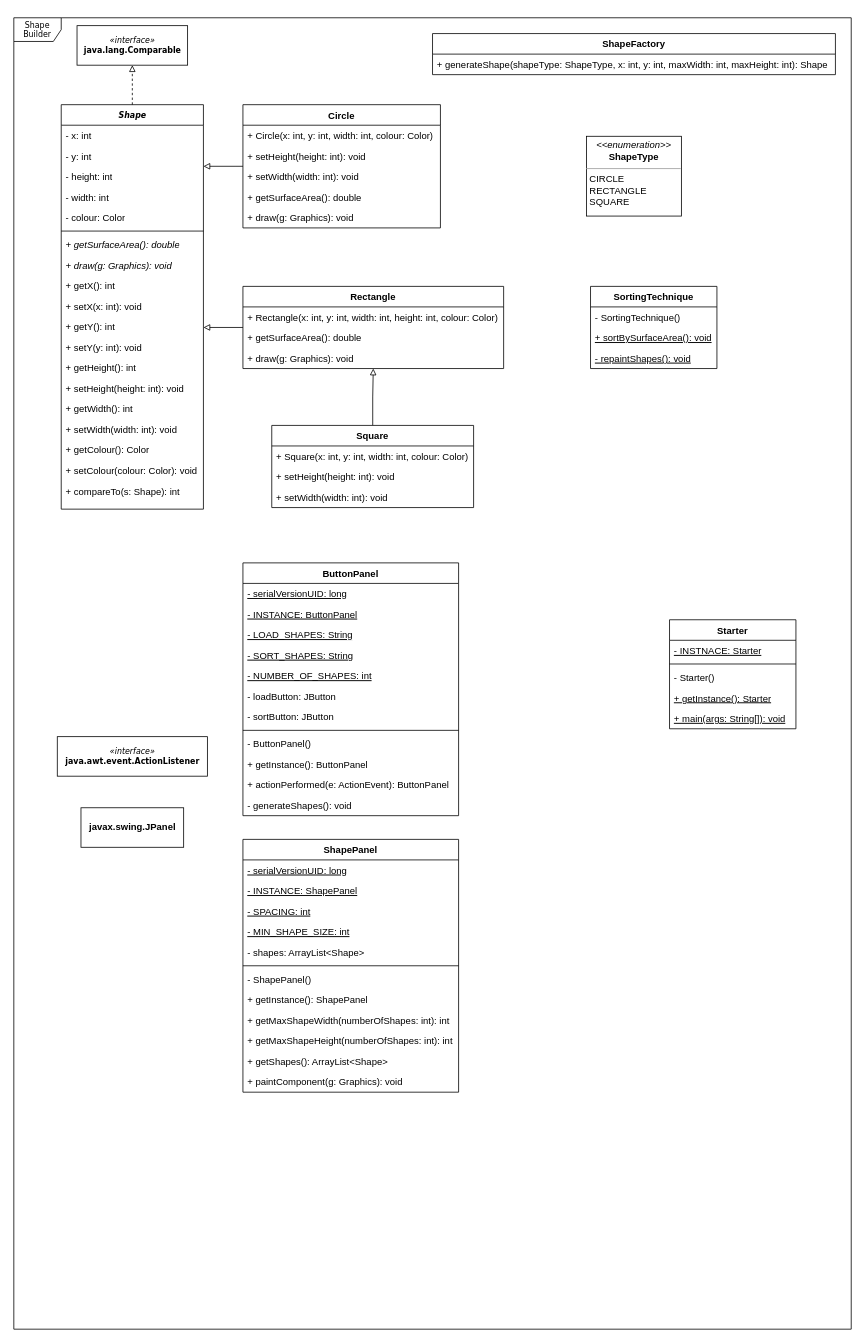
Earlier version of the draw.io diagram src/shapebuilder/Untitled Diagram.drawio (AndrewHocking/EECS-3311). Source tidied: cells renumbered, new cells numbered last; positions are measured from the earlier drawing's top-left corner, leaving out a move shared by most shapes. Both pictures are drawn from the tidied source at 79%, with x=0, y=0 at pixel (13, 17).
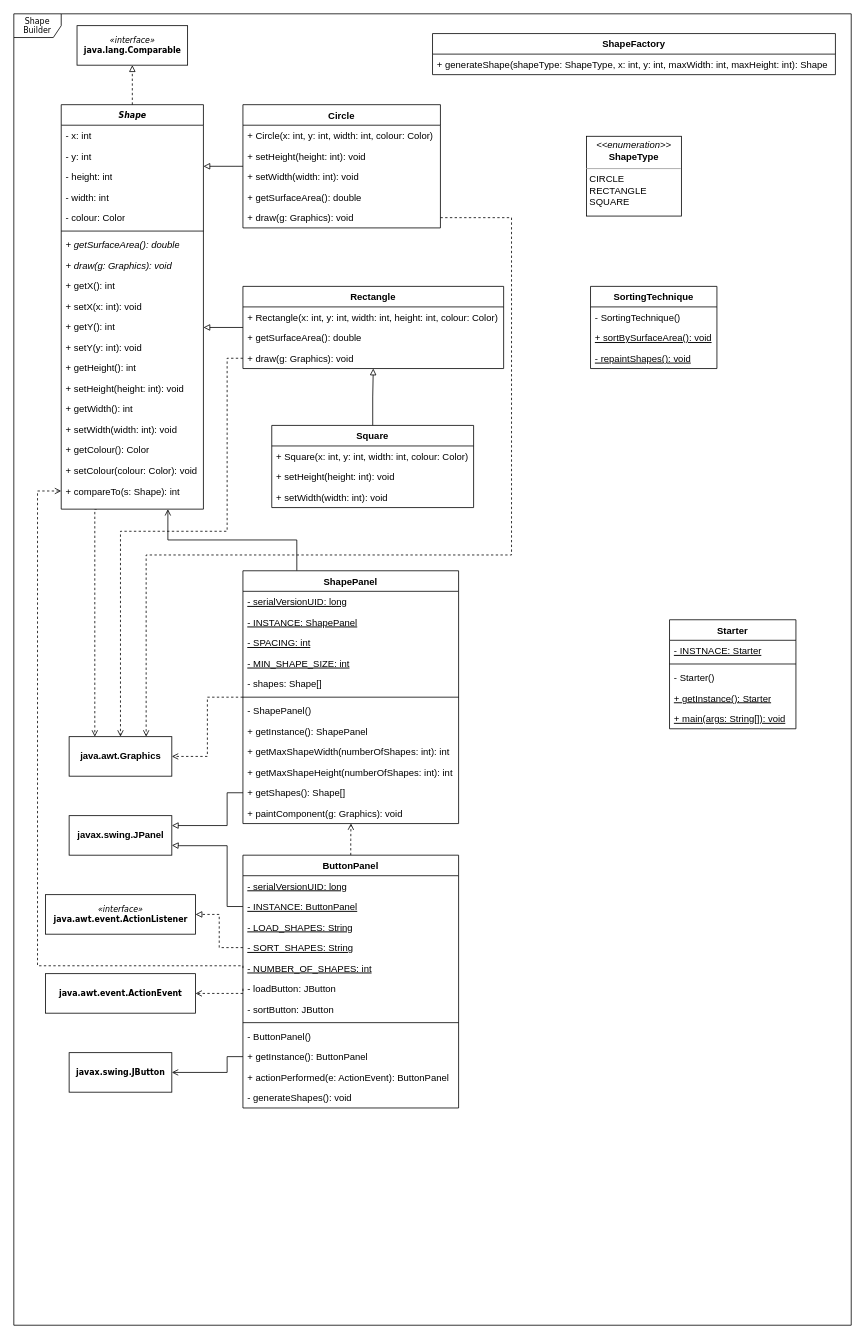
Above is the later version.

Commit message:
Connected the Panel classes in the class diagram

Unchanged cells that the change refers to:
```xml
<mxCell id="4" value="&lt;b&gt;&lt;i&gt;Shape&lt;/i&gt;&lt;/b&gt;" style="swimlane;html=1;fontStyle=0;horizontal=1;startSize=26;fillColor=none;swimlaneFillColor=#ffffff;rounded=0;shadow=0;comic=0;labelBackgroundColor=none;strokeWidth=1;fontFamily=Verdana;fontSize=10;align=center;" parent="1" vertex="1">
  <mxGeometry x="60" y="110" width="180" height="512" as="geometry" />
</mxCell>
<mxCell id="23" value="+ compareTo(s: Shape): int" style="text;strokeColor=none;fillColor=none;align=left;verticalAlign=top;spacingLeft=4;spacingRight=4;overflow=hidden;points=[[0,0.5],[1,0.5]];portConstraint=eastwest;rounded=0;shadow=0;glass=0;sketch=0;" parent="4" vertex="1">
  <mxGeometry y="476" width="180" height="26" as="geometry" />
</mxCell>
<mxCell id="36" value="+ draw(g: Graphics): void" style="text;strokeColor=none;fillColor=none;align=left;verticalAlign=top;spacingLeft=4;spacingRight=4;overflow=hidden;points=[[0,0.5],[1,0.5]];portConstraint=eastwest;rounded=0;shadow=0;glass=0;sketch=0;fontStyle=0;" parent="31" vertex="1">
  <mxGeometry y="130" width="250" height="26" as="geometry" />
</mxCell>
<mxCell id="47" value="- INSTANCE: ButtonPanel" style="text;strokeColor=none;fillColor=none;align=left;verticalAlign=top;spacingLeft=4;spacingRight=4;overflow=hidden;points=[[0,0.5],[1,0.5]];portConstraint=eastwest;rounded=0;shadow=0;glass=0;sketch=0;fontStyle=4;" parent="45" vertex="1">
  <mxGeometry y="52" width="273" height="26" as="geometry" />
</mxCell>
<mxCell id="49" value="- SORT_SHAPES: String" style="text;strokeColor=none;fillColor=none;align=left;verticalAlign=top;spacingLeft=4;spacingRight=4;overflow=hidden;points=[[0,0.5],[1,0.5]];portConstraint=eastwest;rounded=0;shadow=0;glass=0;sketch=0;fontStyle=4;" parent="45" vertex="1">
  <mxGeometry y="104" width="273" height="26" as="geometry" />
</mxCell>
<mxCell id="50" value="- NUMBER_OF_SHAPES: int" style="text;strokeColor=none;fillColor=none;align=left;verticalAlign=top;spacingLeft=4;spacingRight=4;overflow=hidden;points=[[0,0.5],[1,0.5]];portConstraint=eastwest;rounded=0;shadow=0;glass=0;sketch=0;fontStyle=4;" parent="45" vertex="1">
  <mxGeometry y="130" width="273" height="26" as="geometry" />
</mxCell>
<mxCell id="51" value="- loadButton: JButton" style="text;strokeColor=none;fillColor=none;align=left;verticalAlign=top;spacingLeft=4;spacingRight=4;overflow=hidden;points=[[0,0.5],[1,0.5]];portConstraint=eastwest;rounded=0;shadow=0;glass=0;sketch=0;fontStyle=0;" parent="45" vertex="1">
  <mxGeometry y="156" width="273" height="26" as="geometry" />
</mxCell>
<mxCell id="55" value="+ getInstance(): ButtonPanel" style="text;strokeColor=none;fillColor=none;align=left;verticalAlign=top;spacingLeft=4;spacingRight=4;overflow=hidden;points=[[0,0.5],[1,0.5]];portConstraint=eastwest;rounded=0;shadow=0;glass=0;sketch=0;" parent="45" vertex="1">
  <mxGeometry y="242" width="273" height="26" as="geometry" />
</mxCell>
<mxCell id="70" value="+ paintComponent(g: Graphics): void" style="text;strokeColor=none;fillColor=none;align=left;verticalAlign=top;spacingLeft=4;spacingRight=4;overflow=hidden;points=[[0,0.5],[1,0.5]];portConstraint=eastwest;rounded=0;shadow=0;glass=0;sketch=0;" parent="58" vertex="1">
  <mxGeometry y="294" width="273" height="26" as="geometry" />
</mxCell>
```

Change to the diagram source:
```diff
@@
     <mxCell id="2" value="&lt;div&gt;Shape Builder&lt;/div&gt;" style="shape=umlFrame;whiteSpace=wrap;html=1;rounded=0;shadow=0;comic=0;labelBackgroundColor=none;strokeWidth=1;fontFamily=Verdana;fontSize=10;align=center;" parent="1" vertex="1">
-      <mxGeometry width="1060" height="1660" as="geometry" />
+      <mxGeometry y="-5" width="1060" height="1660" as="geometry" />
     </mxCell>
@@
+    <mxCell id="83" style="edgeStyle=orthogonalEdgeStyle;rounded=0;jettySize=auto;html=1;entryX=0.25;entryY=0;entryDx=0;entryDy=0;dashed=1;endArrow=open;endFill=0;exitX=0.25;exitY=1;exitDx=0;exitDy=0;" parent="1" edge="1" source="4" target="95">
+      <mxGeometry relative="1" as="geometry">
+        <Array as="points">
+          <mxPoint x="103" y="622" />
+        </Array>
+      </mxGeometry>
+    </mxCell>
@@
     <mxCell id="43" value="&lt;i&gt;«interface»&lt;/i&gt;&lt;br&gt;&lt;b&gt;java.awt.event.ActionListener&lt;/b&gt;" style="html=1;rounded=0;shadow=0;comic=0;labelBackgroundColor=none;strokeWidth=1;fontFamily=Verdana;fontSize=10;align=center;" parent="1" vertex="1">
-      <mxGeometry x="55" y="910" width="190" height="50" as="geometry" />
+      <mxGeometry x="40" y="1110" width="190" height="50" as="geometry" />
     </mxCell>
     <mxCell id="44" value="javax.swing.JPanel" style="html=1;rounded=0;shadow=0;glass=0;sketch=0;verticalAlign=middle;fontStyle=1;" parent="1" vertex="1">
-      <mxGeometry x="85" y="1000" width="130" height="50" as="geometry" />
+      <mxGeometry x="70" y="1010" width="130" height="50" as="geometry" />
     </mxCell>
+    <mxCell id="84" style="edgeStyle=orthogonalEdgeStyle;rounded=0;jettySize=auto;html=1;entryX=1;entryY=0.5;entryDx=0;entryDy=0;dashed=1;endArrow=block;endFill=0;exitX=0;exitY=0.5;exitDx=0;exitDy=0;" parent="1" edge="1" source="49" target="43">
+      <mxGeometry relative="1" as="geometry" />
+    </mxCell>
+    <mxCell id="85" style="edgeStyle=orthogonalEdgeStyle;rounded=0;jettySize=auto;html=1;entryX=1;entryY=0.25;entryDx=0;entryDy=0;endArrow=block;endFill=0;exitX=0;exitY=0.5;exitDx=0;exitDy=0;" parent="1" edge="1" source="69" target="44">
+      <mxGeometry relative="1" as="geometry">
+        <Array as="points">
+          <mxPoint x="270" y="981" />
+          <mxPoint x="270" y="1022" />
+        </Array>
+      </mxGeometry>
+    </mxCell>
+    <mxCell id="86" style="edgeStyle=orthogonalEdgeStyle;rounded=0;jettySize=auto;html=1;entryX=1;entryY=0.5;entryDx=0;entryDy=0;endArrow=open;endFill=0;dashed=1;exitX=0;exitY=0.5;exitDx=0;exitDy=0;" parent="1" edge="1" source="51" target="93">
+      <mxGeometry relative="1" as="geometry">
+        <Array as="points">
+          <mxPoint x="290" y="1235" />
+        </Array>
+      </mxGeometry>
+    </mxCell>
+    <mxCell id="87" style="edgeStyle=orthogonalEdgeStyle;rounded=0;jettySize=auto;html=1;entryX=0.501;entryY=0.994;entryDx=0;entryDy=0;entryPerimeter=0;dashed=1;endArrow=open;endFill=0;" parent="1" edge="1" source="45" target="70">
+      <mxGeometry relative="1" as="geometry" />
+    </mxCell>
     <mxCell id="45" value="ButtonPanel" style="swimlane;fontStyle=1;align=center;verticalAlign=top;horizontal=1;startSize=26;rounded=0;shadow=0;glass=0;sketch=0;" parent="1" vertex="1">
-      <mxGeometry x="290" y="690" width="273" height="320" as="geometry" />
+      <mxGeometry x="290" y="1060" width="273" height="320" as="geometry" />
     </mxCell>
@@
+    <mxCell id="88" style="edgeStyle=orthogonalEdgeStyle;rounded=0;jettySize=auto;html=1;entryX=1;entryY=0.5;entryDx=0;entryDy=0;dashed=1;endArrow=open;endFill=0;" parent="1" edge="1" source="58" target="95">
+      <mxGeometry relative="1" as="geometry" />
+    </mxCell>
+    <mxCell id="89" style="edgeStyle=orthogonalEdgeStyle;rounded=0;jettySize=auto;html=1;exitX=0.25;exitY=0;exitDx=0;exitDy=0;entryX=0.75;entryY=1;entryDx=0;entryDy=0;endArrow=open;endFill=0;" parent="1" edge="1" source="58" target="4">
+      <mxGeometry relative="1" as="geometry" />
+    </mxCell>
     <mxCell id="58" value="ShapePanel" style="swimlane;fontStyle=1;align=center;verticalAlign=top;horizontal=1;startSize=26;rounded=0;shadow=0;glass=0;sketch=0;" parent="1" vertex="1">
-      <mxGeometry x="290" y="1040" width="273" height="320" as="geometry" />
+      <mxGeometry x="290" y="700" width="273" height="320" as="geometry" />
     </mxCell>
@@
-    <mxCell id="63" value="- shapes: ArrayList&lt;Shape&gt;" style="text;strokeColor=none;fillColor=none;align=left;verticalAlign=top;spacingLeft=4;spacingRight=4;overflow=hidden;rounded=0;shadow=0;glass=0;sketch=0;fontStyle=0;" parent="58" vertex="1">
+    <mxCell id="63" value="- shapes: Shape[]" style="text;strokeColor=none;fillColor=none;align=left;verticalAlign=top;spacingLeft=4;spacingRight=4;overflow=hidden;rounded=0;shadow=0;glass=0;sketch=0;fontStyle=0;" parent="58" vertex="1">
       <mxGeometry y="130" width="273" height="26" as="geometry" />
     </mxCell>
@@
-    <mxCell id="69" value="+ getShapes(): ArrayList&lt;Shape&gt;" style="text;strokeColor=none;fillColor=none;align=left;verticalAlign=top;spacingLeft=4;spacingRight=4;overflow=hidden;points=[[0,0.5],[1,0.5]];portConstraint=eastwest;rounded=0;shadow=0;glass=0;sketch=0;" parent="58" vertex="1">
+    <mxCell id="69" value="+ getShapes(): Shape[]" style="text;strokeColor=none;fillColor=none;align=left;verticalAlign=top;spacingLeft=4;spacingRight=4;overflow=hidden;points=[[0,0.5],[1,0.5]];portConstraint=eastwest;rounded=0;shadow=0;glass=0;sketch=0;" parent="58" vertex="1">
       <mxGeometry y="268" width="273" height="26" as="geometry" />
     </mxCell>
@@
+    <mxCell id="90" style="edgeStyle=orthogonalEdgeStyle;rounded=0;jettySize=auto;html=1;entryX=1;entryY=0.75;entryDx=0;entryDy=0;endArrow=block;endFill=0;exitX=0;exitY=0.5;exitDx=0;exitDy=0;" parent="1" edge="1" source="47" target="44">
+      <mxGeometry relative="1" as="geometry">
+        <Array as="points">
+          <mxPoint x="270" y="1125" />
+          <mxPoint x="270" y="1048" />
+          <mxPoint x="210" y="1048" />
+        </Array>
+      </mxGeometry>
+    </mxCell>
+    <mxCell id="91" value="&lt;b&gt;javax.swing.JButton&lt;/b&gt;" style="html=1;rounded=0;shadow=0;comic=0;labelBackgroundColor=none;strokeWidth=1;fontFamily=Verdana;fontSize=10;align=center;" parent="1" vertex="1">
+      <mxGeometry x="70" y="1310" width="130" height="50" as="geometry" />
+    </mxCell>
+    <mxCell id="92" style="edgeStyle=orthogonalEdgeStyle;rounded=0;jettySize=auto;html=1;entryX=1;entryY=0.5;entryDx=0;entryDy=0;endArrow=open;endFill=0;exitX=0;exitY=0.5;exitDx=0;exitDy=0;" parent="1" edge="1" source="55" target="91">
+      <mxGeometry relative="1" as="geometry">
+        <Array as="points">
+          <mxPoint x="270" y="1315" />
+          <mxPoint x="270" y="1335" />
+        </Array>
+      </mxGeometry>
+    </mxCell>
+    <mxCell id="93" value="&lt;b&gt;java.awt.event.ActionEvent&lt;/b&gt;" style="html=1;rounded=0;shadow=0;comic=0;labelBackgroundColor=none;strokeWidth=1;fontFamily=Verdana;fontSize=10;align=center;" parent="1" vertex="1">
+      <mxGeometry x="40" y="1210" width="190" height="50" as="geometry" />
+    </mxCell>
+    <mxCell id="94" style="edgeStyle=orthogonalEdgeStyle;rounded=0;jettySize=auto;html=1;entryX=0;entryY=0.5;entryDx=0;entryDy=0;dashed=1;endArrow=open;endFill=0;exitX=0;exitY=0.5;exitDx=0;exitDy=0;" parent="1" edge="1" source="50" target="23">
+      <mxGeometry relative="1" as="geometry">
+        <Array as="points">
+          <mxPoint x="290" y="1200" />
+          <mxPoint x="30" y="1200" />
+          <mxPoint x="30" y="599" />
+        </Array>
+      </mxGeometry>
+    </mxCell>
+    <mxCell id="95" value="java.awt.Graphics" style="html=1;rounded=0;shadow=0;glass=0;sketch=0;verticalAlign=middle;fontStyle=1;" parent="1" vertex="1">
+      <mxGeometry x="70" y="910" width="130" height="50" as="geometry" />
+    </mxCell>
+    <mxCell id="96" style="edgeStyle=orthogonalEdgeStyle;rounded=0;jettySize=auto;html=1;exitX=1;exitY=0.5;exitDx=0;exitDy=0;entryX=0.75;entryY=0;entryDx=0;entryDy=0;dashed=1;endArrow=open;endFill=0;" parent="1" edge="1" source="36" target="95">
+      <mxGeometry relative="1" as="geometry">
+        <Array as="points">
+          <mxPoint x="630" y="253" />
+          <mxPoint x="630" y="680" />
+          <mxPoint x="167" y="680" />
+        </Array>
+      </mxGeometry>
+    </mxCell>
+    <mxCell id="97" style="edgeStyle=orthogonalEdgeStyle;rounded=0;jettySize=auto;html=1;entryX=0.5;entryY=0;entryDx=0;entryDy=0;dashed=1;endArrow=open;endFill=0;" parent="1" edge="1" target="95">
+      <mxGeometry relative="1" as="geometry">
+        <mxPoint x="290" y="431" as="sourcePoint" />
+        <Array as="points">
+          <mxPoint x="270" y="431" />
+          <mxPoint x="270" y="650" />
+          <mxPoint x="135" y="650" />
+        </Array>
+      </mxGeometry>
+    </mxCell>
```
